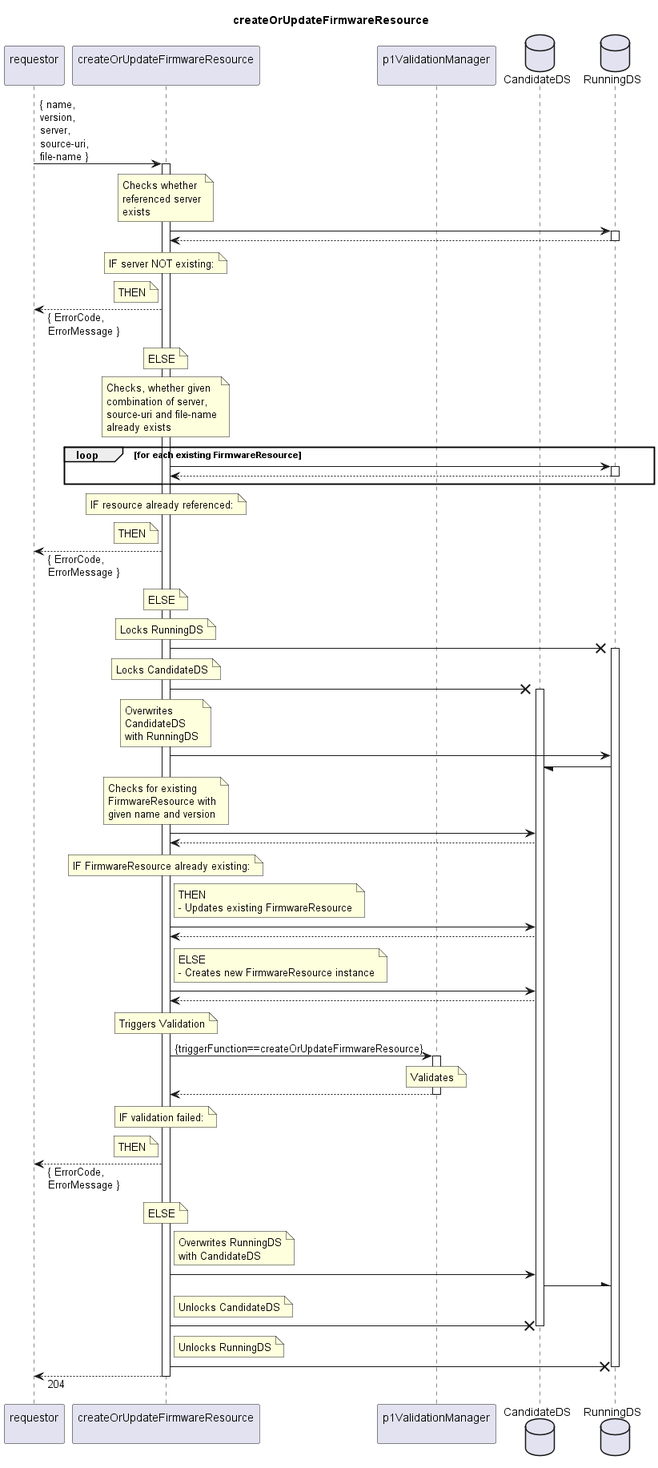
Before: spec/Services/createOrUpdateFirmwareResource/1.0.0/createOrUpdateFirmwareResource.png, a diagram exported from PlantUML (openBackhaul/FirmWareManager).
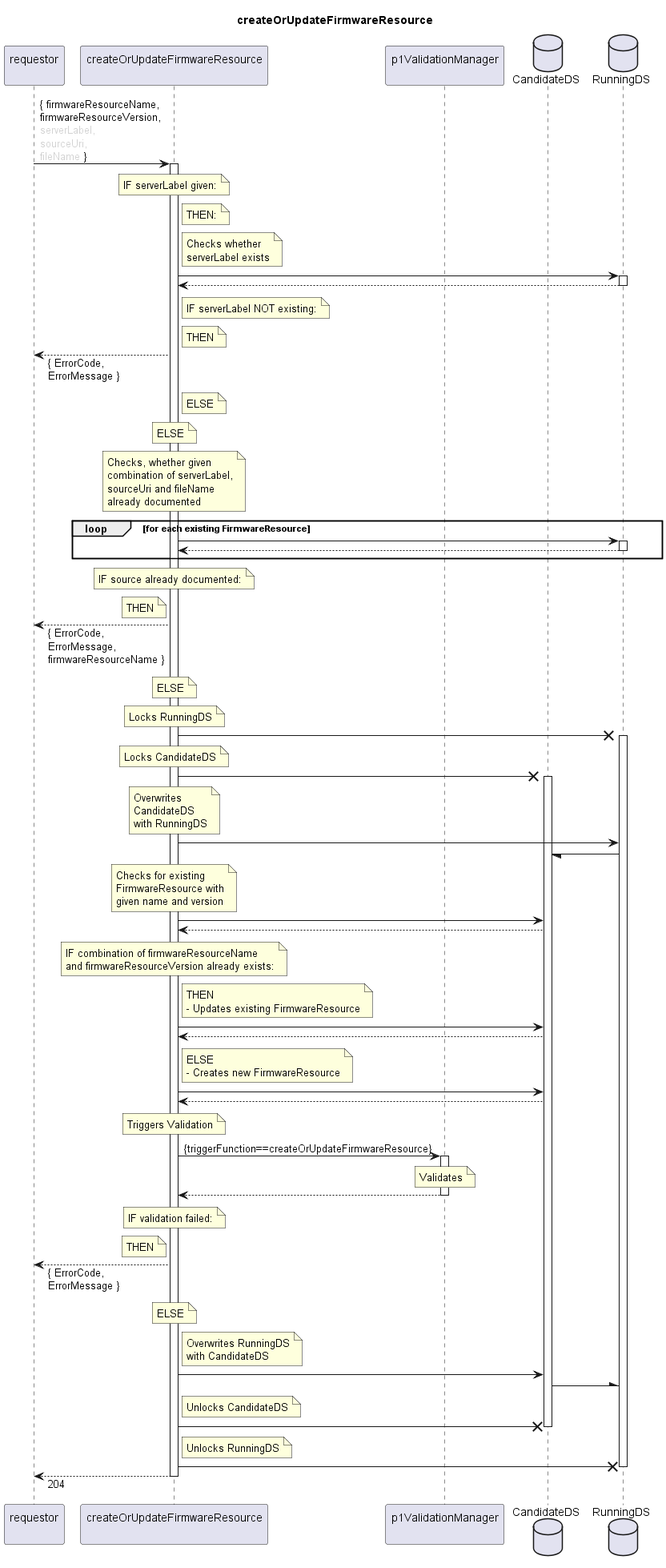
After the change.

The edit, as a diff of the source:
```diff
@@ -11,34 +11,42 @@
 database "CandidateDS" as CanDS
 database "RunningDS" as RunDS
 
-requestor -> couFWR: { name,\nversion,\nserver,\nsource-uri,\nfile-name }
+requestor -> couFWR: { firmwareResourceName,\nfirmwareResourceVersion,\n<color:LightGray>serverLabel,\n<color:LightGray>sourceUri,\n<color:LightGray>fileName</color> }
 activate couFWR
 
   note over couFWR
+    IF serverLabel given:
+  end note
+  note right couFWR
+    THEN:
+  end note
+  note right couFWR
     Checks whether
-    referenced server
-    exists
+    serverLabel exists
   end note
   couFWR -> RunDS
   activate RunDS
   couFWR <-- RunDS
   deactivate RunDS
-  note over couFWR
-    IF server NOT existing:
+  note right couFWR
+    IF serverLabel NOT existing:
   end note
-  note left couFWR
+  note right couFWR
     THEN
   end note
   requestor <-- couFWR: { ErrorCode,\nErrorMessage }
+  note right couFWR
+    ELSE
+  end note
   note over couFWR
     ELSE
   end note
 
   note over couFWR
     Checks, whether given
-    combination of server,
-    source-uri and file-name
-    already exists
+    combination of serverLabel,
+    sourceUri and fileName
+    already documented
   end note
   loop for each existing FirmwareResource
     couFWR -> RunDS
@@ -47,12 +55,12 @@
     deactivate RunDS
   end loop
   note over couFWR
-    IF resource already referenced:
+    IF source already documented:
   end note
   note left couFWR
     THEN
   end note
-  requestor <-- couFWR: { ErrorCode,\nErrorMessage }
+  requestor <-- couFWR: { ErrorCode,\nErrorMessage,\nfirmwareResourceName }
   note over couFWR
     ELSE
   end note
@@ -83,7 +91,8 @@
   couFWR -> CanDS
   couFWR <-- CanDS
   note over couFWR
-    IF FirmwareResource already existing:
+    IF combination of firmwareResourceName
+    and firmwareResourceVersion already exists:
   end note
   note right couFWR
     THEN
@@ -93,7 +102,7 @@
   couFWR <-- CanDS
   note right couFWR
     ELSE
-    - Creates new FirmwareResource instance
+    - Creates new FirmwareResource
   end note
   couFWR -> CanDS
   couFWR <-- CanDS
```
